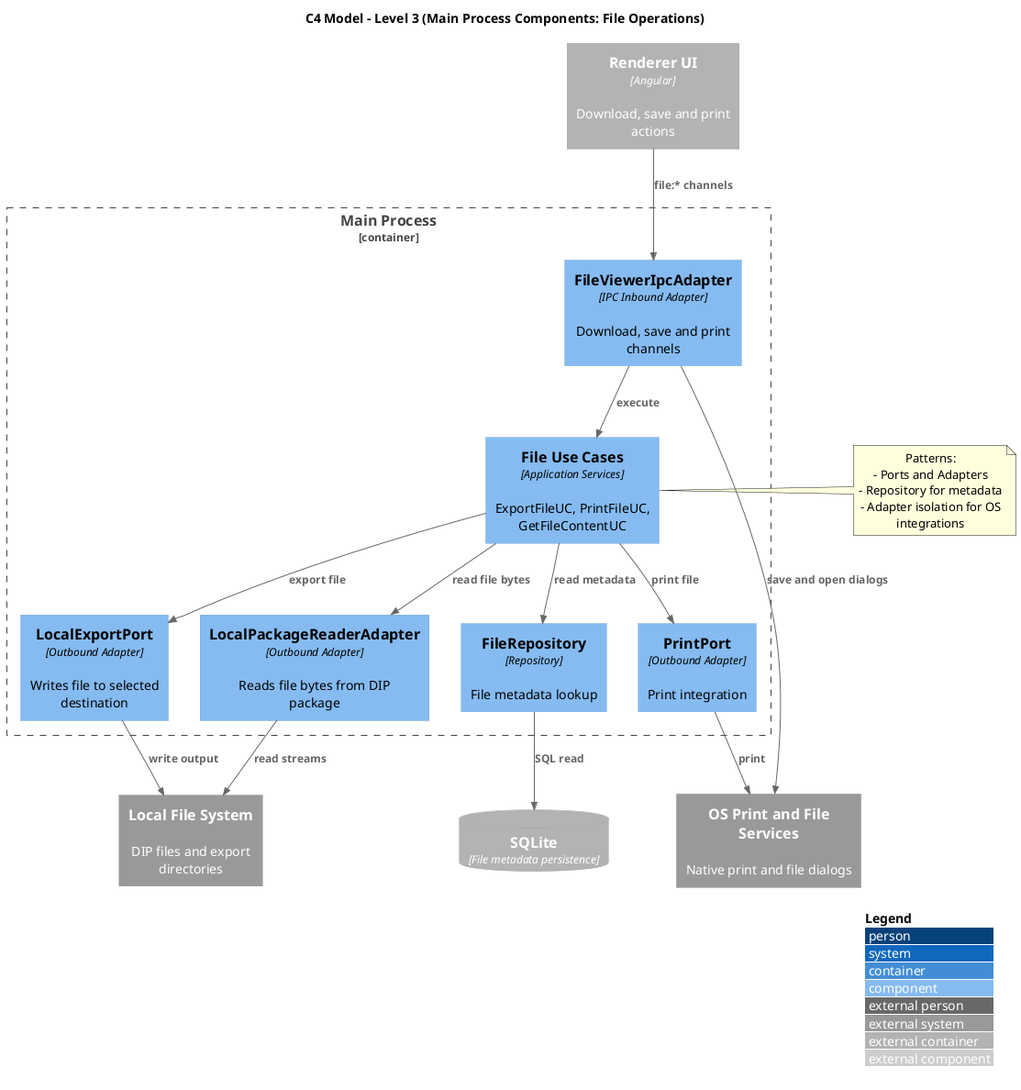
7-ZPUs/Docs keeps this PlantUML diagram as assets/outDiagrammiST/C3_Backend_File_Operations.png. Above is the earlier version. The source it was exported from:
```plantuml
@startuml C3_Main_File_Operations
!includeurl https://raw.githubusercontent.com/plantuml-stdlib/C4-PlantUML/master/C4_Component.puml

title C4 Model - Level 3 (Main Process Components: File Operations)

LAYOUT_WITH_LEGEND()

Container_Boundary(main_container, "Main Process") {
  Component(file_ipc, "FileViewerIpcAdapter", "IPC Inbound Adapter", "Download, save and print channels")
  Component(file_ucs, "File Use Cases", "Application Services", "ExportFileUC, PrintFileUC, GetFileContentUC")

  Component(package_reader, "LocalPackageReaderAdapter", "Outbound Adapter", "Reads file bytes from DIP package")
  Component(export_port, "LocalExportPort", "Outbound Adapter", "Writes file to selected destination")
  Component(print_port, "PrintPort", "Outbound Adapter", "Print integration")
  Component(file_repo, "FileRepository", "Repository", "File metadata lookup")
}

Container_Ext(renderer, "Renderer UI", "Angular", "Download, save and print actions")
ContainerDb_Ext(sqlite, "SQLite", "File metadata persistence")
System_Ext(local_fs, "Local File System", "DIP files and export directories")
System_Ext(os_services, "OS Print and File Services", "Native print and file dialogs")

Rel(renderer, file_ipc, "file:* channels")
Rel(file_ipc, file_ucs, "execute")

Rel(file_ucs, file_repo, "read metadata")
Rel(file_ucs, package_reader, "read file bytes")
Rel(file_ucs, export_port, "export file")
Rel(file_ucs, print_port, "print file")

Rel(file_repo, sqlite, "SQL read")
Rel(package_reader, local_fs, "read streams")
Rel(export_port, local_fs, "write output")
Rel(print_port, os_services, "print")
Rel(file_ipc, os_services, "save and open dialogs")

note right of file_ucs
Patterns:
- Ports and Adapters
- Repository for metadata
- Adapter isolation for OS integrations
end note

@enduml
```
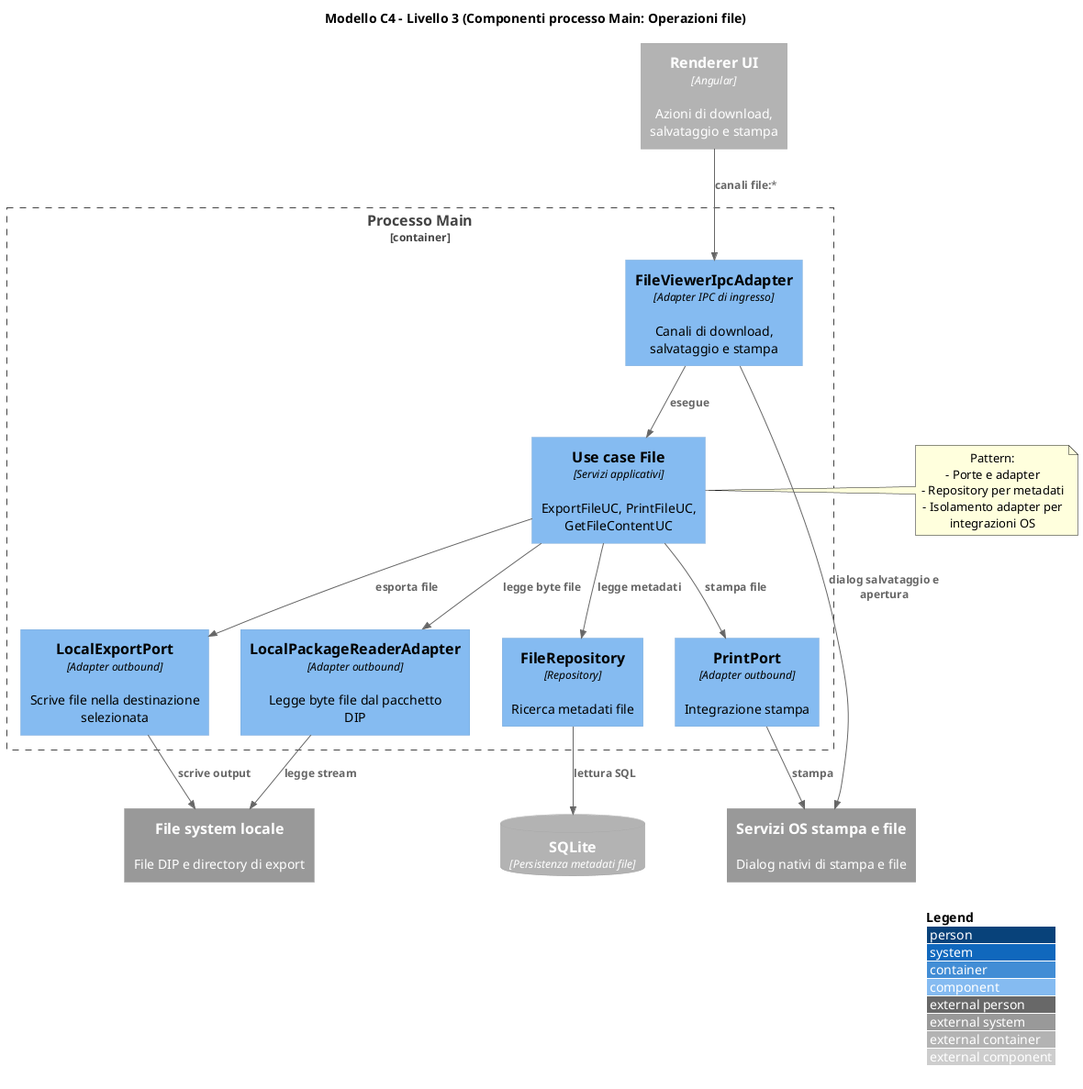
Above is the later version.

Diff of the diagram source:
```diff
@@ -1,44 +1,44 @@
 @startuml C3_Main_File_Operations
 !includeurl https://raw.githubusercontent.com/plantuml-stdlib/C4-PlantUML/master/C4_Component.puml
 
-title C4 Model - Level 3 (Main Process Components: File Operations)
+title Modello C4 - Livello 3 (Componenti processo Main: Operazioni file)
 
 LAYOUT_WITH_LEGEND()
 
-Container_Boundary(main_container, "Main Process") {
-  Component(file_ipc, "FileViewerIpcAdapter", "IPC Inbound Adapter", "Download, save and print channels")
-  Component(file_ucs, "File Use Cases", "Application Services", "ExportFileUC, PrintFileUC, GetFileContentUC")
+Container_Boundary(main_container, "Processo Main") {
+  Component(file_ipc, "FileViewerIpcAdapter", "Adapter IPC di ingresso", "Canali di download, salvataggio e stampa")
+  Component(file_ucs, "Use case File", "Servizi applicativi", "ExportFileUC, PrintFileUC, GetFileContentUC")
 
-  Component(package_reader, "LocalPackageReaderAdapter", "Outbound Adapter", "Reads file bytes from DIP package")
-  Component(export_port, "LocalExportPort", "Outbound Adapter", "Writes file to selected destination")
-  Component(print_port, "PrintPort", "Outbound Adapter", "Print integration")
-  Component(file_repo, "FileRepository", "Repository", "File metadata lookup")
+  Component(package_reader, "LocalPackageReaderAdapter", "Adapter outbound", "Legge byte file dal pacchetto DIP")
+  Component(export_port, "LocalExportPort", "Adapter outbound", "Scrive file nella destinazione selezionata")
+  Component(print_port, "PrintPort", "Adapter outbound", "Integrazione stampa")
+  Component(file_repo, "FileRepository", "Repository", "Ricerca metadati file")
 }
 
-Container_Ext(renderer, "Renderer UI", "Angular", "Download, save and print actions")
-ContainerDb_Ext(sqlite, "SQLite", "File metadata persistence")
-System_Ext(local_fs, "Local File System", "DIP files and export directories")
-System_Ext(os_services, "OS Print and File Services", "Native print and file dialogs")
+Container_Ext(renderer, "Renderer UI", "Angular", "Azioni di download, salvataggio e stampa")
+ContainerDb_Ext(sqlite, "SQLite", "Persistenza metadati file")
+System_Ext(local_fs, "File system locale", "File DIP e directory di export")
+System_Ext(os_services, "Servizi OS stampa e file", "Dialog nativi di stampa e file")
 
-Rel(renderer, file_ipc, "file:* channels")
-Rel(file_ipc, file_ucs, "execute")
+Rel(renderer, file_ipc, "canali file:*")
+Rel(file_ipc, file_ucs, "esegue")
 
-Rel(file_ucs, file_repo, "read metadata")
-Rel(file_ucs, package_reader, "read file bytes")
-Rel(file_ucs, export_port, "export file")
-Rel(file_ucs, print_port, "print file")
+Rel(file_ucs, file_repo, "legge metadati")
+Rel(file_ucs, package_reader, "legge byte file")
+Rel(file_ucs, export_port, "esporta file")
+Rel(file_ucs, print_port, "stampa file")
 
-Rel(file_repo, sqlite, "SQL read")
-Rel(package_reader, local_fs, "read streams")
-Rel(export_port, local_fs, "write output")
-Rel(print_port, os_services, "print")
-Rel(file_ipc, os_services, "save and open dialogs")
+Rel(file_repo, sqlite, "lettura SQL")
+Rel(package_reader, local_fs, "legge stream")
+Rel(export_port, local_fs, "scrive output")
+Rel(print_port, os_services, "stampa")
+Rel(file_ipc, os_services, "dialog salvataggio e apertura")
 
 note right of file_ucs
-Patterns:
-- Ports and Adapters
-- Repository for metadata
-- Adapter isolation for OS integrations
+Pattern:
+- Porte e adapter
+- Repository per metadati
+- Isolamento adapter per integrazioni OS
 end note
 
 @enduml
```
